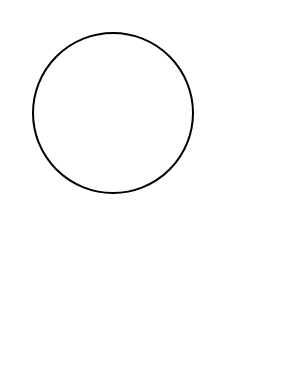
Before: Untitled Diagram.drawio in motohalu/HelloGit, a draw.io diagram. Source tidied: cells renumbered, new cells numbered last; positions are measured from the earlier drawing's top-left corner, leaving out a move shared by most shapes. Both pictures are drawn from the tidied source at 200%, with x=0, y=0 at pixel (32, 32).
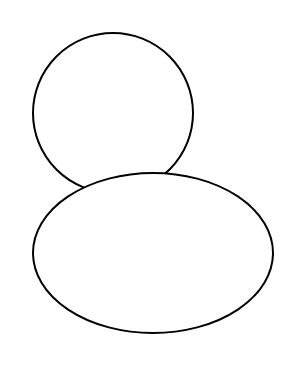
The same page after the edit.

Change to the diagram source:
```diff
@@
 <mxGraphModel>
   <root>
     <mxCell id="0" />
     <mxCell id="1" parent="0" />
     <mxCell id="2" style="ellipse;whiteSpace=wrap;html=1;" parent="1" vertex="1">
       <mxGeometry width="80" height="80" as="geometry" />
     </mxCell>
+    <mxCell id="3" style="ellipse;whiteSpace=wrap;html=1;" parent="1" vertex="1">
+      <mxGeometry y="70" width="120" height="80" as="geometry" />
+    </mxCell>
   </root>
 </mxGraphModel>
```
